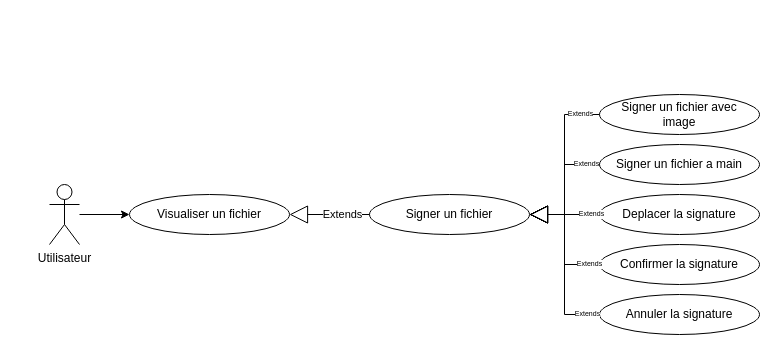
Before: useCaseSprint4VisualiserSigner.drawio in PFE-Neoledge-2023/rapport, a draw.io diagram. Source tidied: cells renumbered, new cells numbered last; positions are measured from the earlier drawing's top-left corner, leaving out a move shared by most shapes. Both pictures are drawn from the tidied source at 100%, with x=0, y=0 at pixel (49, 94).
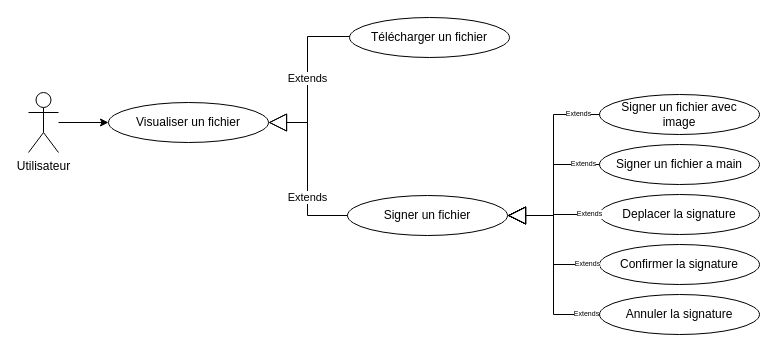
The same page after the edit.

Diff of the diagram source:
```diff
@@
     <mxCell id="3" value="Utilisateur" style="shape=umlActor;verticalLabelPosition=bottom;verticalAlign=top;html=1;outlineConnect=0;" parent="1" vertex="1">
-      <mxGeometry y="90" width="30" height="60" as="geometry" />
+      <mxGeometry x="-21" y="-2" width="30" height="60" as="geometry" />
     </mxCell>
     <mxCell id="4" value="&lt;div&gt;Visualiser un&amp;nbsp;&lt;span style=&quot;background-color: initial;&quot;&gt;fichier&lt;/span&gt;&lt;/div&gt;" style="ellipse;whiteSpace=wrap;html=1;" parent="1" vertex="1">
-      <mxGeometry x="80" y="100" width="160" height="40" as="geometry" />
+      <mxGeometry x="59" y="8" width="160" height="40" as="geometry" />
     </mxCell>
     <mxCell id="5" value="&lt;div&gt;Signer un&amp;nbsp;&lt;span style=&quot;background-color: initial;&quot;&gt;fichier&lt;/span&gt;&lt;/div&gt;" style="ellipse;whiteSpace=wrap;html=1;" parent="1" vertex="1">
-      <mxGeometry x="320" y="100" width="160" height="40" as="geometry" />
+      <mxGeometry x="298" y="101" width="160" height="40" as="geometry" />
     </mxCell>
     <mxCell id="6" value="Extends" style="endArrow=block;endSize=16;endFill=0;html=1;rounded=0;exitX=0;exitY=0.5;exitDx=0;exitDy=0;entryX=1;entryY=0.5;entryDx=0;entryDy=0;edgeStyle=orthogonalEdgeStyle;" parent="1" edge="1" source="5" target="4">
-      <mxGeometry x="-0.33" relative="1" as="geometry" />
+      <mxGeometry x="-0.33" relative="1" as="geometry">
+        <Array as="points">
+          <mxPoint x="258" y="121" />
+          <mxPoint x="258" y="28" />
+        </Array>
+      </mxGeometry>
     </mxCell>
@@
+    <mxCell id="17" value="&lt;div&gt;Télécharger un fichier&lt;/div&gt;" style="ellipse;whiteSpace=wrap;html=1;" parent="1" vertex="1">
+      <mxGeometry x="300" y="-77" width="160" height="40" as="geometry" />
+    </mxCell>
+    <mxCell id="18" value="Extends" style="endArrow=block;endSize=16;endFill=0;html=1;edgeStyle=orthogonalEdgeStyle;entryX=1;entryY=0.5;entryDx=0;entryDy=0;rounded=0;" parent="1" edge="1" source="17" target="4">
+      <mxGeometry relative="1" as="geometry">
+        <Array as="points">
+          <mxPoint x="258" y="-58" />
+          <mxPoint x="258" y="28" />
+        </Array>
+      </mxGeometry>
+    </mxCell>
```
